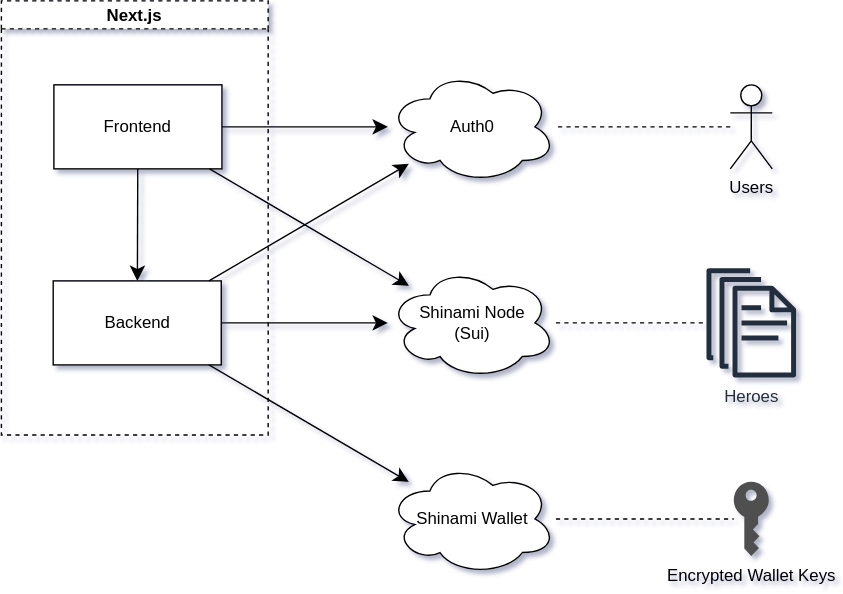
shinamicorp/shinami-demo-app keeps this draw.io diagram as images/architecture.drawio.svg. Above is the earlier version. Source tidied: cells renumbered, new cells last; positions are measured from the earlier drawing's top-left corner, leaving out a move shared by most shapes.
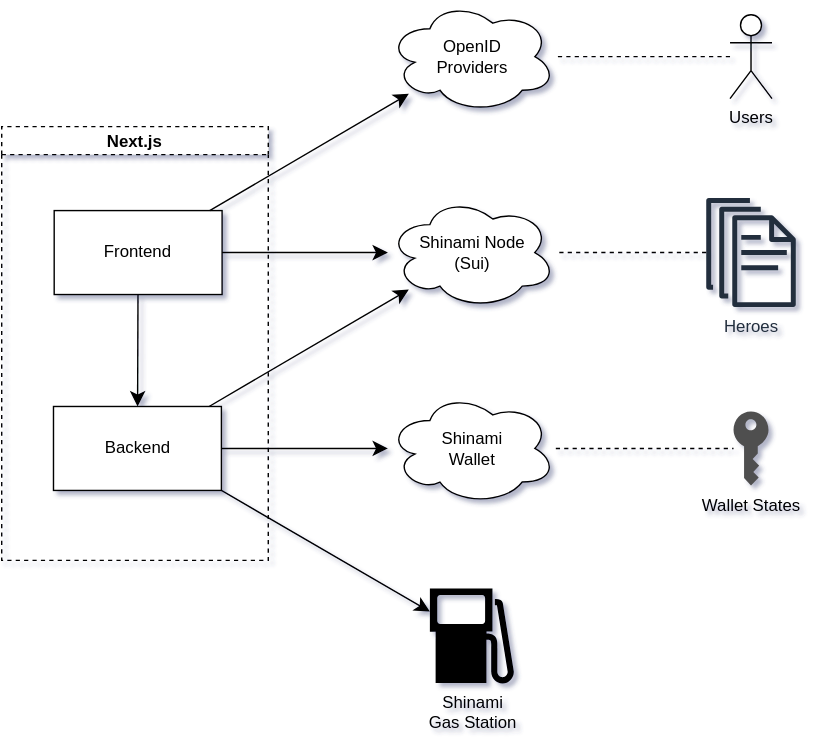
The same file after the commit.

Change to the diagram source:
```diff
@@ -1,11 +1,8 @@
-<mxGraphModel shadow="1">
+<mxGraphModel background="#ffffff" shadow="1">
   <root>
     <mxCell id="0" />
     <mxCell id="1" parent="0" />
-    <mxCell id="2" style="edgeStyle=orthogonalEdgeStyle;rounded=0;jettySize=auto;html=1;dashed=1;endArrow=none;endFill=0;" parent="1" edge="1" source="4" target="7">
-      <mxGeometry relative="1" as="geometry" />
-    </mxCell>
-    <mxCell id="3" value="Auth0" style="ellipse;shape=cloud;whiteSpace=wrap;html=1;" parent="1" vertex="1">
+    <mxCell id="3" value="OpenID&lt;br&gt;Providers" style="ellipse;shape=cloud;whiteSpace=wrap;html=1;" parent="1" vertex="1">
       <mxGeometry x="275.5" y="50" width="120" height="80" as="geometry" />
     </mxCell>
     <mxCell id="4" value="Shinami Node&lt;br&gt;(Sui)" style="ellipse;shape=cloud;whiteSpace=wrap;html=1;" parent="1" vertex="1">
@@ -20,14 +17,8 @@
     <mxCell id="7" value="Heroes" style="sketch=0;outlineConnect=0;fontColor=#232F3E;gradientColor=none;fillColor=#232F3D;strokeColor=none;dashed=0;verticalLabelPosition=bottom;verticalAlign=top;align=center;html=1;fontSize=12;fontStyle=0;shape=mxgraph.aws4.documents;" parent="1" vertex="1">
       <mxGeometry x="503" y="191" width="64" height="78" as="geometry" />
     </mxCell>
-    <mxCell id="8" style="edgeStyle=orthogonalEdgeStyle;rounded=0;jettySize=auto;html=1;endArrow=none;endFill=0;dashed=1;" parent="1" edge="1" source="15" target="9">
-      <mxGeometry relative="1" as="geometry" />
-    </mxCell>
-    <mxCell id="9" value="Encrypted Wallet Keys" style="sketch=0;shadow=0;dashed=0;html=1;strokeColor=none;fillColor=#505050;labelPosition=center;verticalLabelPosition=bottom;verticalAlign=top;outlineConnect=0;align=center;shape=mxgraph.office.security.key_permissions;" parent="1" vertex="1">
-      <mxGeometry x="522.5" y="343.5" width="25" height="53" as="geometry" />
-    </mxCell>
     <mxCell id="10" style="group;" parent="1" vertex="1">
-      <mxGeometry x="-0.5" width="190.5" height="310" as="geometry" />
+      <mxGeometry x="-0.5" y="140" width="190.5" height="310" as="geometry" />
     </mxCell>
     <mxCell id="11" value="Next.js" style="swimlane;startSize=20;dashed=1;" parent="10" vertex="1">
       <mxGeometry width="190.5" height="310" as="geometry" />
@@ -41,12 +32,6 @@
     <mxCell id="14" value="Backend" style="rounded=0;whiteSpace=wrap;html=1;" parent="10" vertex="1">
       <mxGeometry x="37" y="200" width="120" height="60" as="geometry" />
     </mxCell>
-    <mxCell id="15" value="Shinami Wallet" style="ellipse;shape=cloud;whiteSpace=wrap;html=1;" parent="1" vertex="1">
-      <mxGeometry x="275.5" y="330" width="120" height="80" as="geometry" />
-    </mxCell>
-    <mxCell id="16" style="edgeStyle=none;curved=1;rounded=0;jettySize=auto;html=1;fontSize=12;startSize=8;endSize=8;" parent="1" edge="1" source="14" target="15">
-      <mxGeometry relative="1" as="geometry" />
-    </mxCell>
     <mxCell id="17" style="edgeStyle=none;curved=1;rounded=0;jettySize=auto;html=1;fontSize=12;startSize=8;endSize=8;" parent="1" edge="1" source="13" target="3">
       <mxGeometry relative="1" as="geometry" />
     </mxCell>
@@ -56,8 +41,26 @@
     <mxCell id="19" style="edgeStyle=none;curved=1;rounded=0;jettySize=auto;html=1;fontSize=12;startSize=8;endSize=8;" parent="1" edge="1" source="14" target="4">
       <mxGeometry relative="1" as="geometry" />
     </mxCell>
-    <mxCell id="20" style="edgeStyle=none;curved=1;rounded=0;jettySize=auto;html=1;fontSize=12;startSize=8;endSize=8;" parent="1" edge="1" source="14" target="3">
-      <mxGeometry relative="1" as="geometry" />
-    </mxCell>
+    <mxCell id="15" value="Shinami&lt;br&gt;Wallet" style="ellipse;shape=cloud;whiteSpace=wrap;html=1;" parent="1" vertex="1">
+      <mxGeometry x="275.5" y="330" width="120" height="80" as="geometry" />
+    </mxCell>
+    <mxCell id="16" style="edgeStyle=none;curved=1;rounded=0;jettySize=auto;html=1;fontSize=12;startSize=8;endSize=8;" parent="1" edge="1" source="14" target="15">
+      <mxGeometry relative="1" as="geometry" />
+    </mxCell>
+    <mxCell id="21" style="edgeStyle=orthogonalEdgeStyle;rounded=0;jettySize=auto;html=1;endArrow=none;endFill=0;dashed=1;" parent="1" edge="1" source="7" target="4">
+      <mxGeometry relative="1" as="geometry" />
+    </mxCell>
+    <mxCell id="22" value="Wallet States" style="sketch=0;shadow=0;dashed=0;html=1;strokeColor=none;fillColor=#505050;labelPosition=center;verticalLabelPosition=bottom;verticalAlign=top;outlineConnect=0;align=center;shape=mxgraph.office.security.key_permissions;" parent="1" vertex="1">
+      <mxGeometry x="522.5" y="343.5" width="25" height="53" as="geometry" />
+    </mxCell>
+    <mxCell id="23" style="edgeStyle=orthogonalEdgeStyle;rounded=0;jettySize=auto;html=1;endArrow=none;endFill=0;dashed=1;" parent="1" edge="1" source="15" target="22">
+      <mxGeometry relative="1" as="geometry" />
+    </mxCell>
+    <mxCell id="24" value="Shinami&lt;br style=&quot;font-size: 12px;&quot;&gt;Gas Station" style="shape=mxgraph.signs.transportation.gas_3;html=1;fillColor=#000000;strokeColor=none;verticalLabelPosition=bottom;verticalAlign=top;align=center;fontSize=12;" parent="1" vertex="1">
+      <mxGeometry x="305.5" y="470" width="60" height="68" as="geometry" />
+    </mxCell>
+    <mxCell id="25" style="edgeStyle=none;curved=1;rounded=0;jettySize=auto;html=1;fontSize=12;startSize=8;endSize=8;exitX=1;exitY=1;exitDx=0;exitDy=0;" parent="1" edge="1" source="14" target="24">
+      <mxGeometry relative="1" as="geometry" />
+    </mxCell>
   </root>
 </mxGraphModel>
```
